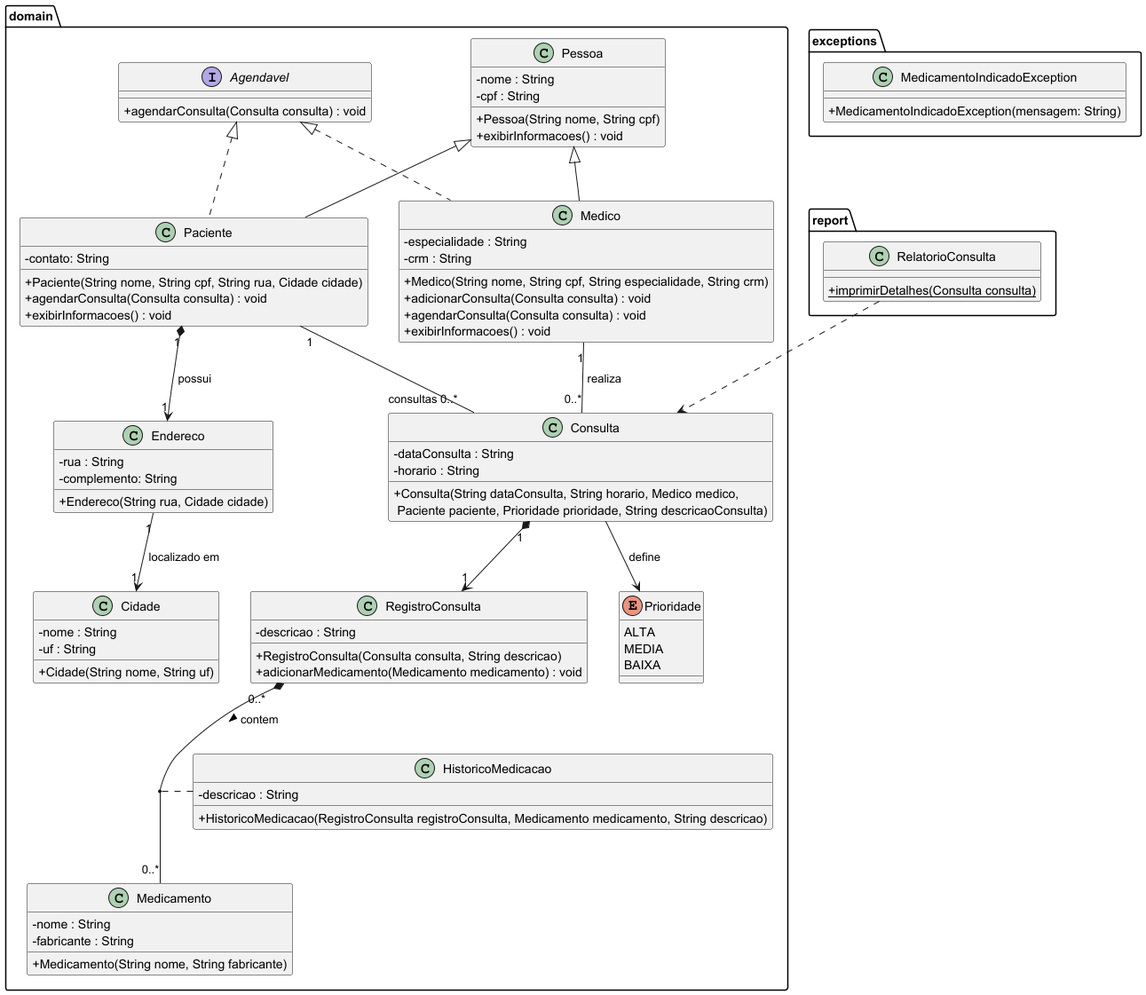
The PlantUML diagram prj-atv-complementar6-clinica-medica/src/main/resources/diagrama-de-classes/clinica-medica-diagrama-de-classes.png in ctii-ead-ifsc-fln/POO-AC-6, before a commit.
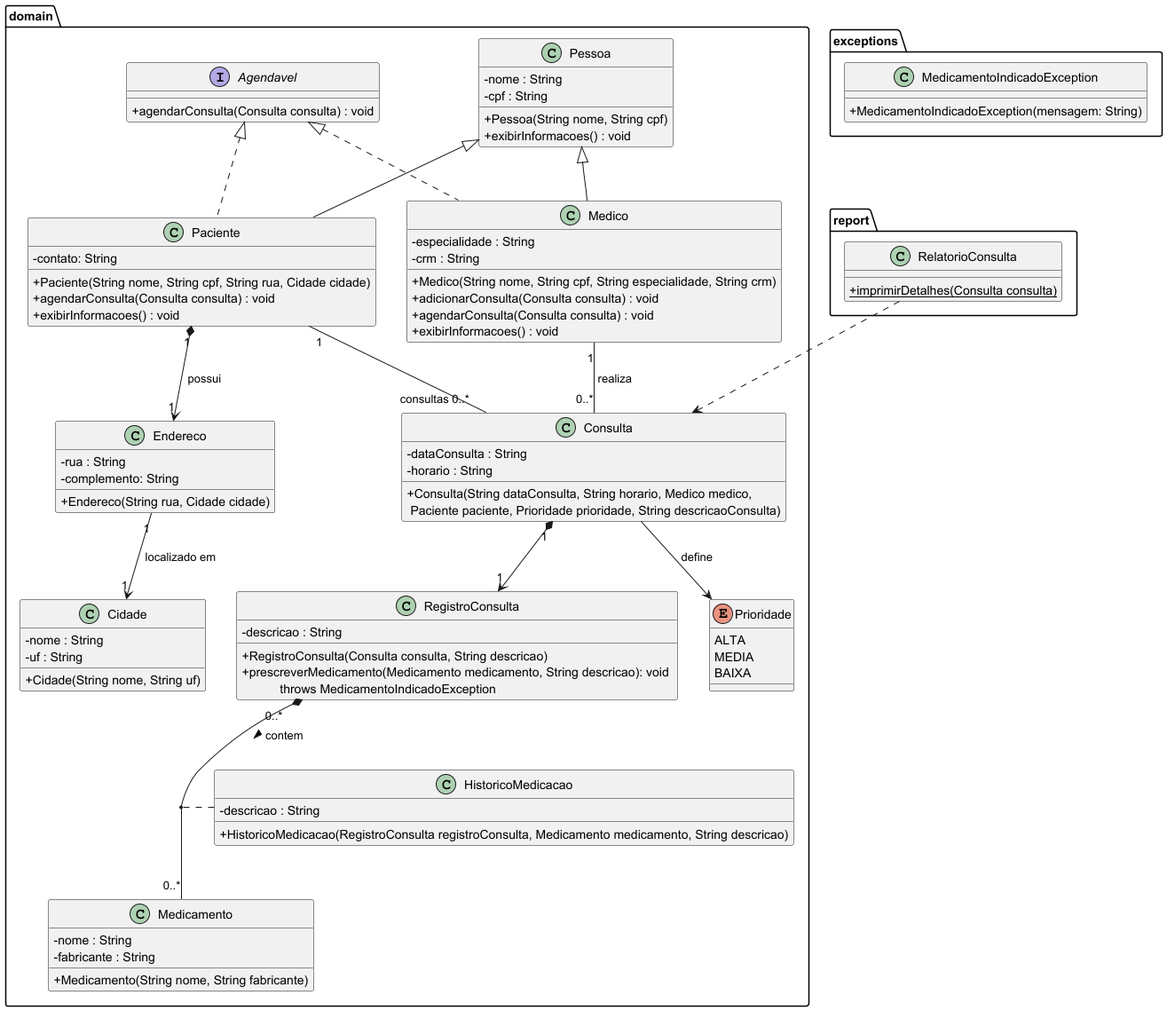
Above is the later version.

Commit message:
Atividade Complementar 6 - Clinica Médica - VF

Diff of the diagram source:
```diff
@@ -50,7 +50,8 @@
 class RegistroConsulta {
     - descricao : String
     + RegistroConsulta(Consulta consulta, String descricao)
-    + adicionarMedicamento(Medicamento medicamento) : void
+    + prescreverMedicamento(Medicamento medicamento, String descricao): void \n           throws MedicamentoIndicadoException
+
 }
 
 class Medicamento {
```
